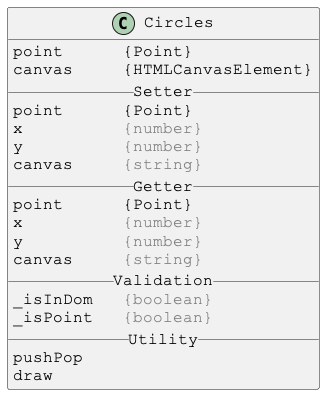
This is docs/PlantUml/images/Circles.png from Justin-Byrne/canvasLab, a PlantUML export, as it was before one commit.
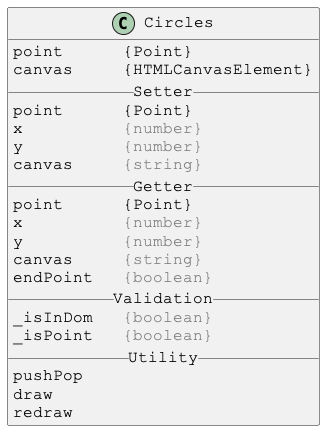
Later version of the same file.

What changed in the source:
```diff
@@ -16,12 +16,14 @@
 x          <color:gray>{number}</color>
 y          <color:gray>{number}</color>
 canvas     <color:gray>{string}</color>
+endPoint   <color:gray>{boolean}</color>
 __ Validation __
 _isInDom   <color:gray>{boolean}</color>
 _isPoint   <color:gray>{boolean}</color>
 __ Utility __
 pushPop
 draw
+redraw
 }
 
 @enduml
```
